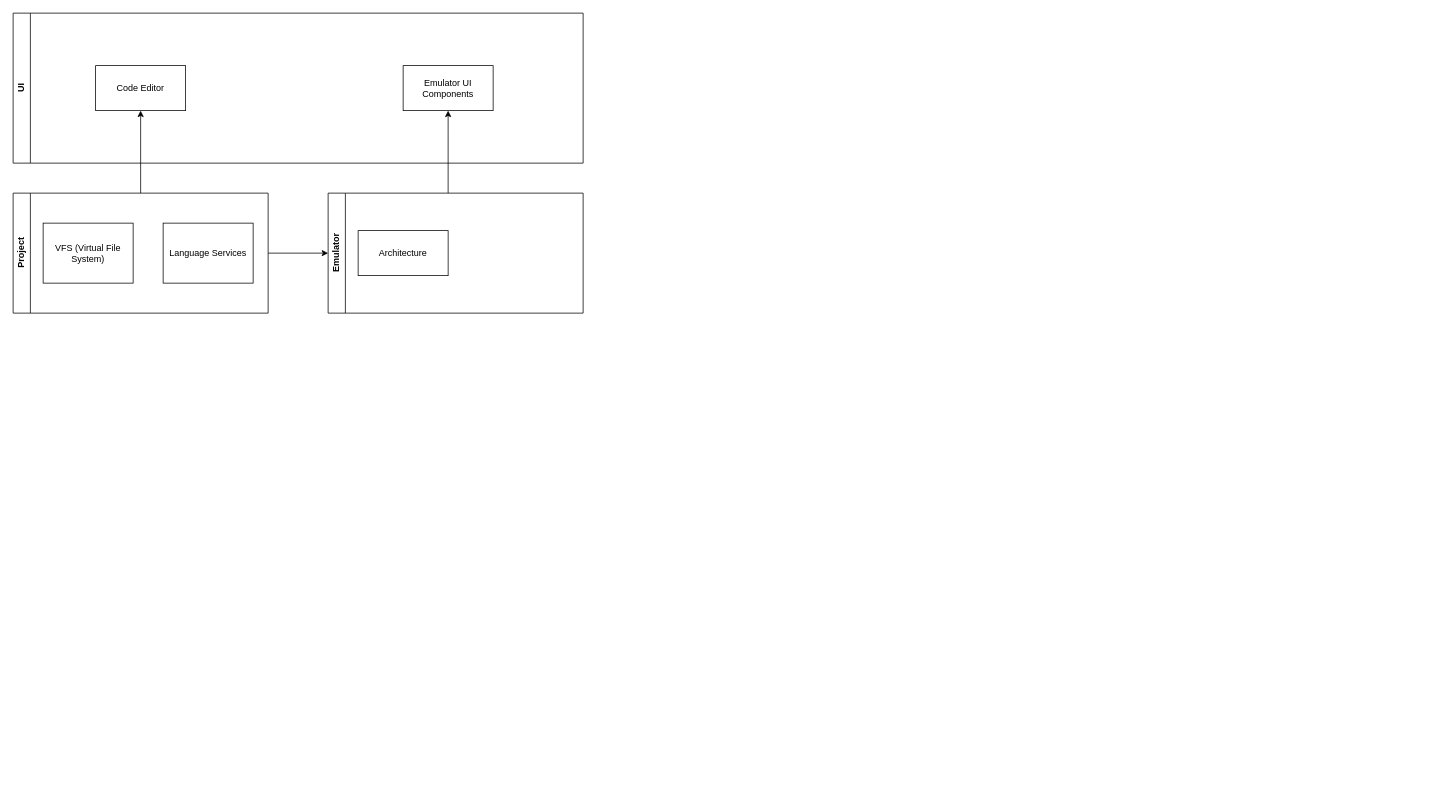
Above: docs/system.drawio in consansri/ProSimWeb-Test (draw.io), before the change. Source tidied: cells renumbered, new cells numbered last; positions are measured from the earlier drawing's top-left corner, leaving out a move shared by most shapes. Both pictures are drawn from the tidied source at 75%, with x=0, y=0 at pixel (13, 13).
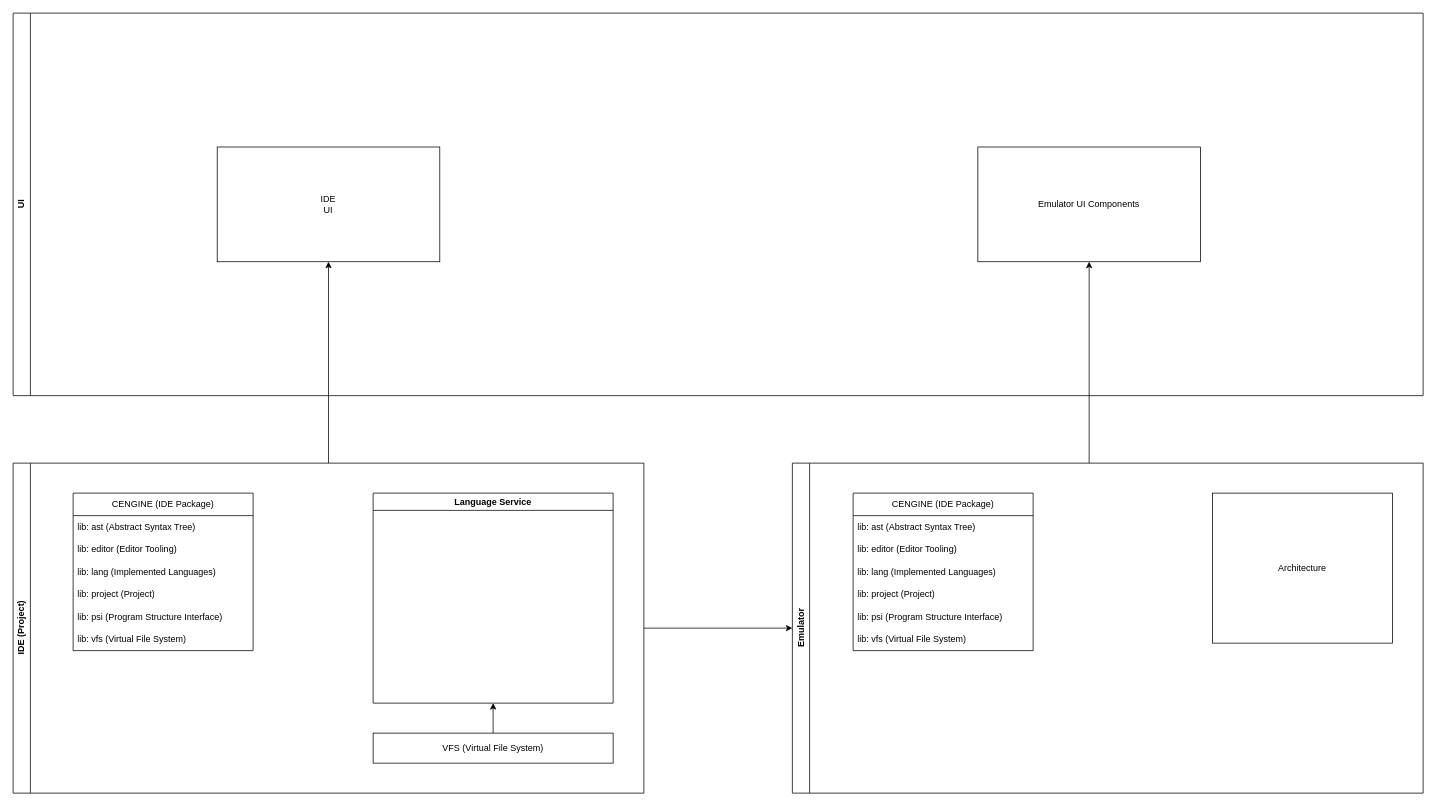
Above is the later version.

Commit message:
Updated System Design. (docs/system.drawio)

Diff of the diagram source:
```diff
@@
     <mxCell id="2" value="UI" style="swimlane;horizontal=0;whiteSpace=wrap;html=1;" parent="1" vertex="1">
-      <mxGeometry width="760" height="200" as="geometry" />
+      <mxGeometry width="1880" height="510" as="geometry" />
     </mxCell>
-    <mxCell id="3" value="Code Editor" style="rounded=0;whiteSpace=wrap;html=1;" parent="2" vertex="1">
-      <mxGeometry x="110" y="70" width="120" height="60" as="geometry" />
+    <mxCell id="3" value="IDE&lt;div&gt;UI&lt;/div&gt;" style="rounded=0;whiteSpace=wrap;html=1;" parent="2" vertex="1">
+      <mxGeometry x="272.1" y="178.5" width="296.8" height="153" as="geometry" />
     </mxCell>
     <mxCell id="4" value="Emulator UI Components" style="rounded=0;whiteSpace=wrap;html=1;" parent="2" vertex="1">
-      <mxGeometry x="520" y="70" width="120" height="60" as="geometry" />
+      <mxGeometry x="1286.3" y="178.5" width="296.8" height="153" as="geometry" />
     </mxCell>
@@
-    <mxCell id="7" value="Project" style="swimlane;horizontal=0;whiteSpace=wrap;html=1;" parent="1" vertex="1">
-      <mxGeometry y="240" width="340" height="160" as="geometry" />
+    <mxCell id="7" value="IDE (Project)" style="swimlane;horizontal=0;whiteSpace=wrap;html=1;" parent="1" vertex="1">
+      <mxGeometry y="600" width="841" height="440" as="geometry" />
     </mxCell>
-    <mxCell id="8" value="Language Services" style="rounded=0;whiteSpace=wrap;html=1;" parent="7" vertex="1">
-      <mxGeometry x="200" y="40" width="120" height="80" as="geometry" />
-    </mxCell>
+    <mxCell id="13" style="edgeStyle=orthogonalEdgeStyle;rounded=0;jettySize=auto;html=1;" parent="7" edge="1" source="9" target="14">
+      <mxGeometry relative="1" as="geometry" />
+    </mxCell>
     <mxCell id="9" value="VFS (Virtual File System)" style="rounded=0;whiteSpace=wrap;html=1;" parent="7" vertex="1">
-      <mxGeometry x="40" y="40" width="120" height="80" as="geometry" />
+      <mxGeometry x="480" y="360" width="320" height="40" as="geometry" />
     </mxCell>
+    <mxCell id="14" value="Language Service" style="swimlane;whiteSpace=wrap;html=1;" parent="7" vertex="1">
+      <mxGeometry x="480" y="40" width="320" height="280" as="geometry" />
+    </mxCell>
+    <mxCell id="15" value="CENGINE (IDE Package)" style="swimlane;fontStyle=0;horizontal=1;startSize=30;whiteSpace=wrap;html=1;" parent="7" vertex="1">
+      <mxGeometry x="80" y="40" width="240" height="210" as="geometry" />
+    </mxCell>
+    <mxCell id="16" value="lib: ast (Abstract Syntax Tree)" style="text;strokeColor=none;fillColor=none;align=left;verticalAlign=middle;spacingLeft=4;spacingRight=4;overflow=hidden;whiteSpace=wrap;html=1;" parent="15" vertex="1">
+      <mxGeometry y="30" width="240" height="30" as="geometry" />
+    </mxCell>
+    <mxCell id="17" value="lib: editor (Editor Tooling)" style="text;strokeColor=none;fillColor=none;align=left;verticalAlign=middle;spacingLeft=4;spacingRight=4;overflow=hidden;whiteSpace=wrap;html=1;" parent="15" vertex="1">
+      <mxGeometry y="60" width="240" height="30" as="geometry" />
+    </mxCell>
+    <mxCell id="18" value="lib: lang (Implemented Languages)" style="text;strokeColor=none;fillColor=none;align=left;verticalAlign=middle;spacingLeft=4;spacingRight=4;overflow=hidden;whiteSpace=wrap;html=1;" parent="15" vertex="1">
+      <mxGeometry y="90" width="240" height="30" as="geometry" />
+    </mxCell>
+    <mxCell id="19" value="lib: project (Project)" style="text;strokeColor=none;fillColor=none;align=left;verticalAlign=middle;spacingLeft=4;spacingRight=4;overflow=hidden;whiteSpace=wrap;html=1;" parent="15" vertex="1">
+      <mxGeometry y="120" width="240" height="30" as="geometry" />
+    </mxCell>
+    <mxCell id="20" value="lib: psi (Program Structure Interface)" style="text;strokeColor=none;fillColor=none;align=left;verticalAlign=middle;spacingLeft=4;spacingRight=4;overflow=hidden;whiteSpace=wrap;html=1;" parent="15" vertex="1">
+      <mxGeometry y="150" width="240" height="30" as="geometry" />
+    </mxCell>
+    <mxCell id="21" value="lib: vfs (Virtual File System)" style="text;strokeColor=none;fillColor=none;align=left;verticalAlign=middle;spacingLeft=4;spacingRight=4;overflow=hidden;whiteSpace=wrap;html=1;" parent="15" vertex="1">
+      <mxGeometry y="180" width="240" height="30" as="geometry" />
+    </mxCell>
     <mxCell id="10" style="edgeStyle=orthogonalEdgeStyle;rounded=0;jettySize=auto;html=1;" parent="1" edge="1" source="11" target="4">
       <mxGeometry relative="1" as="geometry">
         <Array as="points">
-          <mxPoint x="580" y="160" />
-          <mxPoint x="580" y="160" />
+          <mxPoint x="1434.7" y="408" />
+          <mxPoint x="1434.7" y="408" />
         </Array>
       </mxGeometry>
     </mxCell>
     <mxCell id="11" value="Emulator" style="swimlane;horizontal=0;whiteSpace=wrap;html=1;" parent="1" vertex="1">
-      <mxGeometry x="420" y="240" width="340" height="160" as="geometry" />
+      <mxGeometry x="1039" y="600" width="841" height="440" as="geometry" />
     </mxCell>
     <mxCell id="12" value="Architecture" style="rounded=0;whiteSpace=wrap;html=1;" parent="11" vertex="1">
-      <mxGeometry x="40" y="50" width="120" height="60" as="geometry" />
+      <mxGeometry x="560" y="40" width="240" height="200" as="geometry" />
     </mxCell>
+    <mxCell id="22" value="CENGINE (IDE Package)" style="swimlane;fontStyle=0;horizontal=1;startSize=30;whiteSpace=wrap;html=1;" parent="11" vertex="1">
+      <mxGeometry x="81" y="40" width="240" height="210" as="geometry" />
+    </mxCell>
+    <mxCell id="23" value="lib: ast (Abstract Syntax Tree)" style="text;strokeColor=none;fillColor=none;align=left;verticalAlign=middle;spacingLeft=4;spacingRight=4;overflow=hidden;whiteSpace=wrap;html=1;" parent="22" vertex="1">
+      <mxGeometry y="30" width="240" height="30" as="geometry" />
+    </mxCell>
+    <mxCell id="24" value="lib: editor (Editor Tooling)" style="text;strokeColor=none;fillColor=none;align=left;verticalAlign=middle;spacingLeft=4;spacingRight=4;overflow=hidden;whiteSpace=wrap;html=1;" parent="22" vertex="1">
+      <mxGeometry y="60" width="240" height="30" as="geometry" />
+    </mxCell>
+    <mxCell id="25" value="lib: lang (Implemented Languages)" style="text;strokeColor=none;fillColor=none;align=left;verticalAlign=middle;spacingLeft=4;spacingRight=4;overflow=hidden;whiteSpace=wrap;html=1;" parent="22" vertex="1">
+      <mxGeometry y="90" width="240" height="30" as="geometry" />
+    </mxCell>
+    <mxCell id="26" value="lib: project (Project)" style="text;strokeColor=none;fillColor=none;align=left;verticalAlign=middle;spacingLeft=4;spacingRight=4;overflow=hidden;whiteSpace=wrap;html=1;" parent="22" vertex="1">
+      <mxGeometry y="120" width="240" height="30" as="geometry" />
+    </mxCell>
+    <mxCell id="27" value="lib: psi (Program Structure Interface)" style="text;strokeColor=none;fillColor=none;align=left;verticalAlign=middle;spacingLeft=4;spacingRight=4;overflow=hidden;whiteSpace=wrap;html=1;" parent="22" vertex="1">
+      <mxGeometry y="150" width="240" height="30" as="geometry" />
+    </mxCell>
+    <mxCell id="28" value="lib: vfs (Virtual File System)" style="text;strokeColor=none;fillColor=none;align=left;verticalAlign=middle;spacingLeft=4;spacingRight=4;overflow=hidden;whiteSpace=wrap;html=1;" parent="22" vertex="1">
+      <mxGeometry y="180" width="240" height="30" as="geometry" />
+    </mxCell>
```
